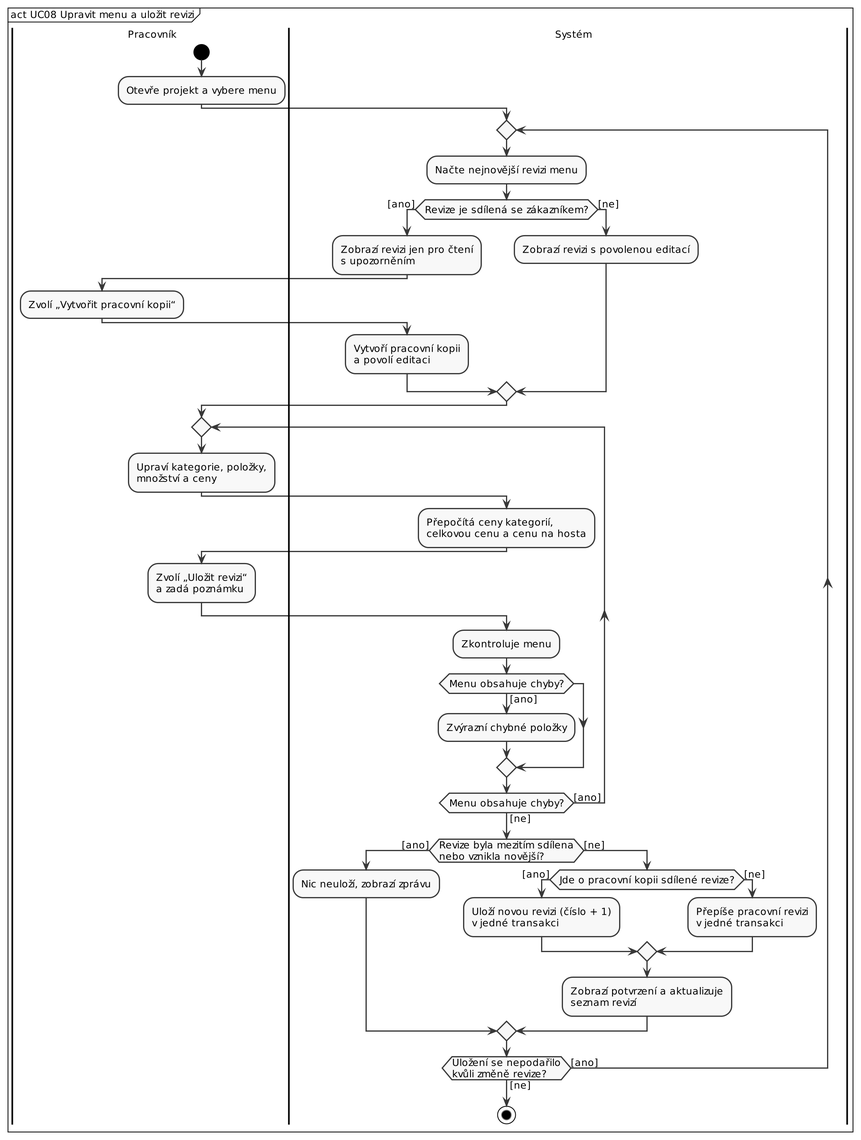
The PlantUML diagram projekt/docs/artefacts/diagrams/act-uc08.png in JaZafier00716/VIS, before a commit. Its source is kept beside it as projekt/docs/artefacts/diagrams/act-uc08.puml. The source it was exported from:
```plantuml
@startuml
!include common.iuml
mainframe act UC08 Upravit menu a uložit revizi
|Pracovník|
start
:Otevře projekt a vybere menu;
repeat
  |Systém|
  :Načte nejnovější revizi menu;
  if (Revize je sdílená se zákazníkem?) then ([ano])
    :Zobrazí revizi jen pro čtení\ns upozorněním;
    |Pracovník|
    :Zvolí „Vytvořit pracovní kopii“;
    |Systém|
    :Vytvoří pracovní kopii\na povolí editaci;
  else ([ne])
    :Zobrazí revizi s povolenou editací;
  endif
  repeat
    |Pracovník|
    :Upraví kategorie, položky,\nmnožství a ceny;
    |Systém|
    :Přepočítá ceny kategorií,\ncelkovou cenu a cenu na hosta;
    |Pracovník|
    :Zvolí „Uložit revizi“\na zadá poznámku;
    |Systém|
    :Zkontroluje menu;
    if (Menu obsahuje chyby?) then ([ano])
      :Zvýrazní chybné položky;
    endif
  repeat while (Menu obsahuje chyby?) is ([ano]) not ([ne])
  if (Revize byla mezitím sdílena\nnebo vznikla novější?) then ([ano])
    :Nic neuloží, zobrazí zprávu;
  else ([ne])
    if (Jde o pracovní kopii sdílené revize?) then ([ano])
      :Uloží novou revizi (číslo + 1)\nv jedné transakci;
    else ([ne])
      :Přepíše pracovní revizi\nv jedné transakci;
    endif
    :Zobrazí potvrzení a aktualizuje\nseznam revizí;
  endif
repeat while (Uložení se nepodařilo\nkvůli změně revize?) is ([ano]) not ([ne])
stop
@enduml
```
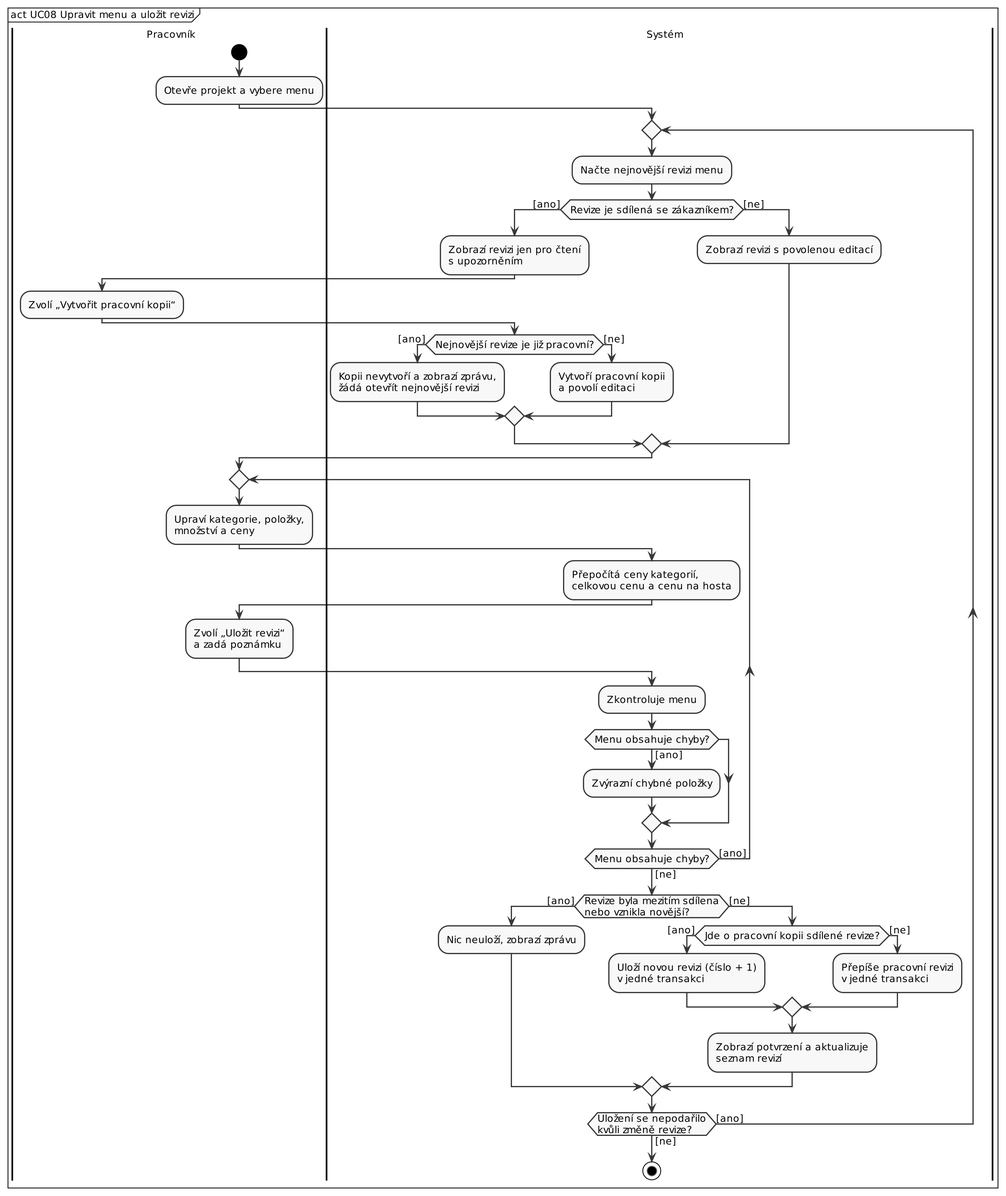
The same file after the commit.

Change to the diagram source:
```diff
@@ -12,7 +12,11 @@
     |Pracovník|
     :Zvolí „Vytvořit pracovní kopii“;
     |Systém|
-    :Vytvoří pracovní kopii\na povolí editaci;
+    if (Nejnovější revize je již pracovní?) then ([ano])
+      :Kopii nevytvoří a zobrazí zprávu,\nžádá otevřít nejnovější revizi;
+    else ([ne])
+      :Vytvoří pracovní kopii\na povolí editaci;
+    endif
   else ([ne])
     :Zobrazí revizi s povolenou editací;
   endif
```
